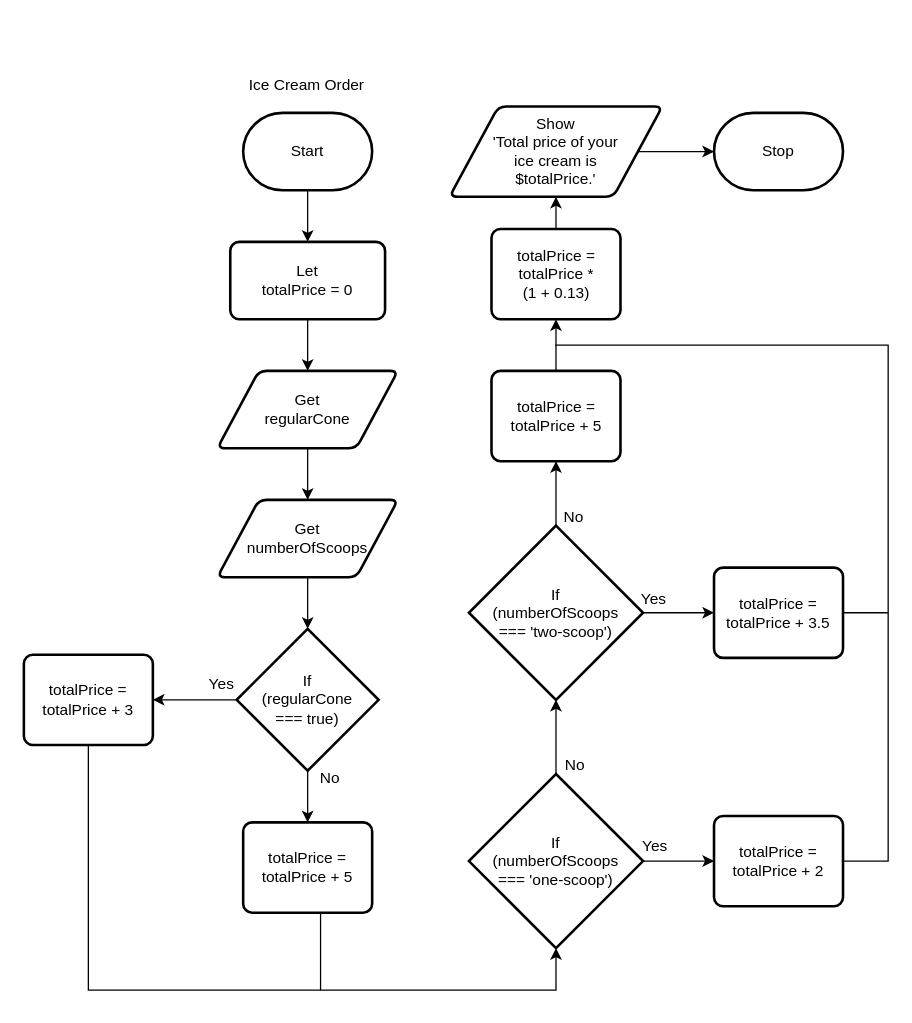
This is design/flowchart.drawio from MTHS-ICD2O-1-2024/ICD2O-Assignment-04-Ain-Jeong, a draw.io file, before an edit. Source tidied: cells renumbered, new cells numbered last; positions are measured from the earlier drawing's top-left corner, leaving out a move shared by most shapes. Both pictures are drawn from the tidied source at 129%, with x=0, y=0 at pixel (23, 66).
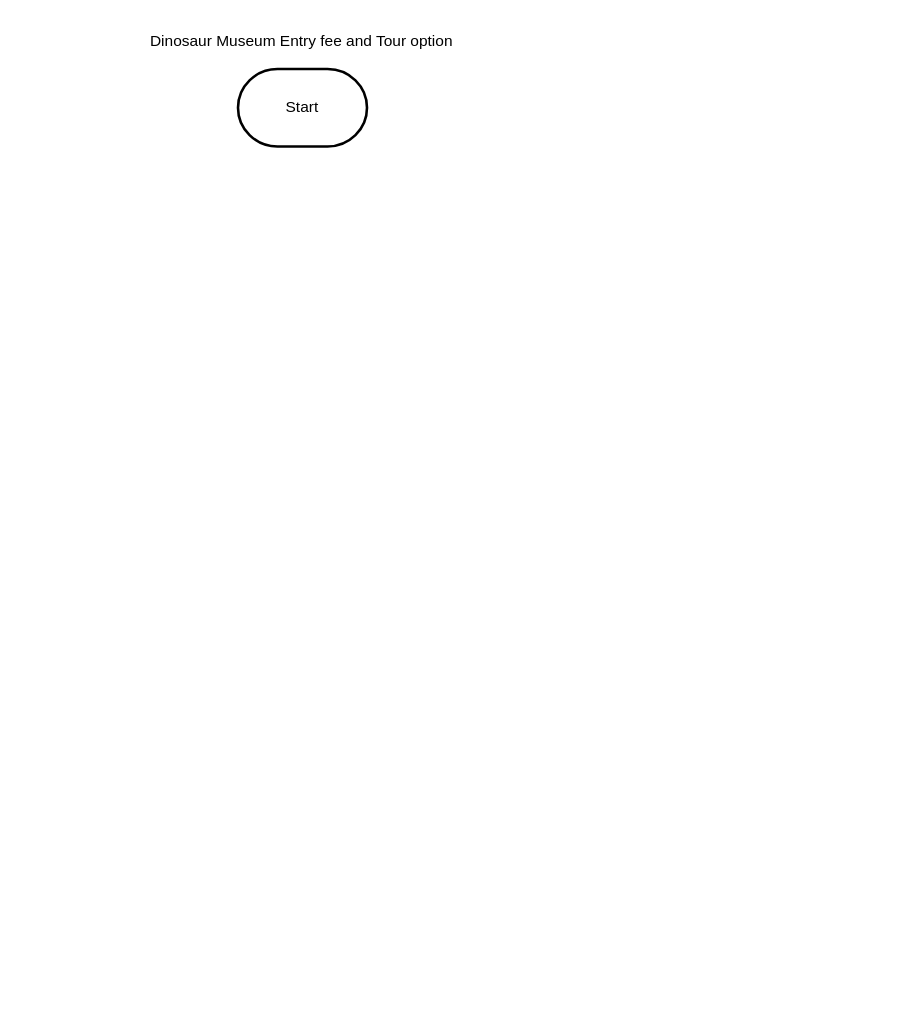
The same page after the edit.

Commit message (it also covers changes not shown here):
doing it all again.....

Diff of the diagram source:
```diff
@@
-    <mxCell id="2" style="edgeStyle=none;html=1;entryX=0.5;entryY=0;entryDx=0;entryDy=0;" parent="1" edge="1" source="3" target="5">
-      <mxGeometry relative="1" as="geometry" />
-    </mxCell>
     <mxCell id="3" value="Start" style="strokeWidth=2;html=1;shape=mxgraph.flowchart.terminator;whiteSpace=wrap;" parent="1" vertex="1">
-      <mxGeometry x="170" y="36" width="100" height="60" as="geometry" />
+      <mxGeometry x="166" y="2" width="100" height="60" as="geometry" />
     </mxCell>
-    <mxCell id="4" style="edgeStyle=none;html=1;entryX=0.5;entryY=0;entryDx=0;entryDy=0;" parent="1" edge="1" source="5" target="7">
-      <mxGeometry relative="1" as="geometry" />
-    </mxCell>
-    <mxCell id="5" value="Let&lt;div&gt;totalPrice = 0&lt;/div&gt;" style="rounded=1;whiteSpace=wrap;html=1;absoluteArcSize=1;arcSize=14;strokeWidth=2;" parent="1" vertex="1">
-      <mxGeometry x="160" y="136" width="120" height="60" as="geometry" />
-    </mxCell>
-    <mxCell id="6" style="edgeStyle=none;html=1;entryX=0.5;entryY=0;entryDx=0;entryDy=0;" parent="1" edge="1" source="7" target="8">
-      <mxGeometry relative="1" as="geometry" />
-    </mxCell>
-    <mxCell id="7" value="Get&lt;div&gt;regularCone&lt;/div&gt;" style="shape=parallelogram;html=1;strokeWidth=2;perimeter=parallelogramPerimeter;whiteSpace=wrap;rounded=1;arcSize=12;size=0.23;" parent="1" vertex="1">
-      <mxGeometry x="150" y="236" width="140" height="60" as="geometry" />
-    </mxCell>
-    <mxCell id="8" value="Get&lt;div&gt;numberOfScoops&lt;/div&gt;" style="shape=parallelogram;html=1;strokeWidth=2;perimeter=parallelogramPerimeter;whiteSpace=wrap;rounded=1;arcSize=12;size=0.23;" parent="1" vertex="1">
-      <mxGeometry x="150" y="336" width="140" height="60" as="geometry" />
-    </mxCell>
-    <mxCell id="9" style="edgeStyle=none;html=1;entryX=1;entryY=0.5;entryDx=0;entryDy=0;" parent="1" edge="1" source="11" target="14">
-      <mxGeometry relative="1" as="geometry" />
+    <mxCell id="9" style="edgeStyle=none;html=1;entryX=1;entryY=0.5;entryDx=0;entryDy=0;" parent="1" edge="1">
+      <mxGeometry relative="1" as="geometry">
+        <mxPoint x="165" y="491" as="sourcePoint" />
+      </mxGeometry>
     </mxCell>
-    <mxCell id="10" style="edgeStyle=none;html=1;entryX=0.5;entryY=0;entryDx=0;entryDy=0;" parent="1" edge="1" source="11" target="12">
-      <mxGeometry relative="1" as="geometry" />
-    </mxCell>
-    <mxCell id="11" value="If&lt;div&gt;(regularCone&lt;/div&gt;&lt;div&gt;=== true)&lt;/div&gt;" style="strokeWidth=2;html=1;shape=mxgraph.flowchart.decision;whiteSpace=wrap;" parent="1" vertex="1">
-      <mxGeometry x="165" y="436" width="110" height="110" as="geometry" />
-    </mxCell>
-    <mxCell id="12" value="totalPrice = totalPrice + 5" style="rounded=1;whiteSpace=wrap;html=1;absoluteArcSize=1;arcSize=14;strokeWidth=2;" parent="1" vertex="1">
-      <mxGeometry x="170" y="586" width="100" height="70" as="geometry" />
-    </mxCell>
-    <mxCell id="13" style="edgeStyle=orthogonalEdgeStyle;html=1;rounded=0;endArrow=none;endFill=0;" parent="1" edge="1" source="14">
-      <mxGeometry relative="1" as="geometry">
-        <mxPoint x="230" y="716" as="targetPoint" />
-        <Array as="points">
-          <mxPoint x="50" y="716" />
-        </Array>
-      </mxGeometry>
-    </mxCell>
-    <mxCell id="14" value="totalPrice = totalPrice + 3" style="rounded=1;whiteSpace=wrap;html=1;absoluteArcSize=1;arcSize=14;strokeWidth=2;" parent="1" vertex="1">
-      <mxGeometry y="456" width="100" height="70" as="geometry" />
-    </mxCell>
-    <mxCell id="15" style="edgeStyle=none;html=1;entryX=0;entryY=0.5;entryDx=0;entryDy=0;" parent="1" edge="1" source="16" target="18">
-      <mxGeometry relative="1" as="geometry" />
-    </mxCell>
-    <mxCell id="16" value="If&lt;div&gt;(numberOfScoops&lt;/div&gt;&lt;div&gt;=== 'one-scoop')&lt;/div&gt;" style="strokeWidth=2;html=1;shape=mxgraph.flowchart.decision;whiteSpace=wrap;" parent="1" vertex="1">
-      <mxGeometry x="345" y="548.5" width="135" height="135" as="geometry" />
-    </mxCell>
-    <mxCell id="17" style="edgeStyle=orthogonalEdgeStyle;html=1;endArrow=none;endFill=0;rounded=0;curved=0;exitX=1;exitY=0.5;exitDx=0;exitDy=0;" parent="1" edge="1" source="18">
-      <mxGeometry relative="1" as="geometry">
-        <mxPoint x="412" y="216" as="targetPoint" />
-        <Array as="points">
-          <mxPoint x="670" y="616" />
-          <mxPoint x="670" y="216" />
-        </Array>
-      </mxGeometry>
-    </mxCell>
-    <mxCell id="18" value="totalPrice = totalPrice + 2" style="rounded=1;whiteSpace=wrap;html=1;absoluteArcSize=1;arcSize=14;strokeWidth=2;" parent="1" vertex="1">
-      <mxGeometry x="535" y="581" width="100" height="70" as="geometry" />
-    </mxCell>
-    <mxCell id="19" style="edgeStyle=none;html=1;entryX=0.5;entryY=1;entryDx=0;entryDy=0;" parent="1" edge="1" source="21" target="25">
-      <mxGeometry relative="1" as="geometry" />
-    </mxCell>
-    <mxCell id="20" style="edgeStyle=none;html=1;entryX=0;entryY=0.5;entryDx=0;entryDy=0;" parent="1" edge="1" source="21" target="23">
-      <mxGeometry relative="1" as="geometry" />
-    </mxCell>
-    <mxCell id="21" value="If&lt;div&gt;(numberOfScoops&lt;/div&gt;&lt;div&gt;=== 'two-scoop')&lt;/div&gt;" style="strokeWidth=2;html=1;shape=mxgraph.flowchart.decision;whiteSpace=wrap;" parent="1" vertex="1">
-      <mxGeometry x="345" y="356" width="135" height="135" as="geometry" />
-    </mxCell>
-    <mxCell id="22" style="edgeStyle=none;html=1;endArrow=none;endFill=0;" parent="1" edge="1" source="23">
-      <mxGeometry relative="1" as="geometry">
-        <mxPoint x="670" y="423.5" as="targetPoint" />
-      </mxGeometry>
-    </mxCell>
-    <mxCell id="23" value="totalPrice = totalPrice + 3.5" style="rounded=1;whiteSpace=wrap;html=1;absoluteArcSize=1;arcSize=14;strokeWidth=2;" parent="1" vertex="1">
-      <mxGeometry x="535" y="388.5" width="100" height="70" as="geometry" />
-    </mxCell>
-    <mxCell id="24" style="edgeStyle=none;html=1;entryX=0.5;entryY=1;entryDx=0;entryDy=0;" parent="1" edge="1" source="25" target="27">
-      <mxGeometry relative="1" as="geometry" />
+    <mxCell id="24" style="edgeStyle=none;html=1;entryX=0.5;entryY=1;entryDx=0;entryDy=0;" parent="1" edge="1">
+      <mxGeometry relative="1" as="geometry">
+        <mxPoint x="412.5" y="196" as="targetPoint" />
+      </mxGeometry>
     </mxCell>
-    <mxCell id="25" value="totalPrice = totalPrice + 5" style="rounded=1;whiteSpace=wrap;html=1;absoluteArcSize=1;arcSize=14;strokeWidth=2;" parent="1" vertex="1">
-      <mxGeometry x="362.5" y="236" width="100" height="70" as="geometry" />
-    </mxCell>
-    <mxCell id="26" style="edgeStyle=none;html=1;entryX=0.5;entryY=1;entryDx=0;entryDy=0;" parent="1" edge="1" source="27" target="28">
-      <mxGeometry relative="1" as="geometry" />
+    <mxCell id="26" style="edgeStyle=none;html=1;entryX=0.5;entryY=1;entryDx=0;entryDy=0;" parent="1" edge="1">
+      <mxGeometry relative="1" as="geometry">
+        <mxPoint x="412.5" y="126" as="sourcePoint" />
+      </mxGeometry>
     </mxCell>
-    <mxCell id="27" value="totalPrice = totalPrice *&lt;div&gt;(1 + 0.13)&lt;/div&gt;" style="rounded=1;whiteSpace=wrap;html=1;absoluteArcSize=1;arcSize=14;strokeWidth=2;" parent="1" vertex="1">
-      <mxGeometry x="362.5" y="126" width="100" height="70" as="geometry" />
-    </mxCell>
-    <mxCell id="28" value="Show&lt;div&gt;'Total price of your&lt;/div&gt;&lt;div&gt;ice cream is&lt;/div&gt;&lt;div&gt;$totalPrice.'&lt;/div&gt;" style="shape=parallelogram;html=1;strokeWidth=2;perimeter=parallelogramPerimeter;whiteSpace=wrap;rounded=1;arcSize=12;size=0.23;" parent="1" vertex="1">
-      <mxGeometry x="330" y="31" width="165" height="70" as="geometry" />
-    </mxCell>
-    <mxCell id="29" value="Stop" style="strokeWidth=2;html=1;shape=mxgraph.flowchart.terminator;whiteSpace=wrap;" parent="1" vertex="1">
-      <mxGeometry x="535" y="36" width="100" height="60" as="geometry" />
-    </mxCell>
-    <mxCell id="30" style="edgeStyle=none;html=1;entryX=0.5;entryY=0;entryDx=0;entryDy=0;entryPerimeter=0;" parent="1" edge="1" source="8" target="11">
-      <mxGeometry relative="1" as="geometry" />
-    </mxCell>
-    <mxCell id="31" style="edgeStyle=orthogonalEdgeStyle;html=1;entryX=0.5;entryY=1;entryDx=0;entryDy=0;entryPerimeter=0;rounded=0;curved=0;" parent="1" edge="1" source="12" target="16">
-      <mxGeometry relative="1" as="geometry">
-        <Array as="points">
-          <mxPoint x="230" y="716" />
-          <mxPoint x="413" y="716" />
-        </Array>
-      </mxGeometry>
-    </mxCell>
-    <mxCell id="32" style="edgeStyle=none;html=1;entryX=0.5;entryY=1;entryDx=0;entryDy=0;entryPerimeter=0;" parent="1" edge="1" source="16" target="21">
-      <mxGeometry relative="1" as="geometry" />
-    </mxCell>
-    <mxCell id="33" style="edgeStyle=none;html=1;entryX=0;entryY=0.5;entryDx=0;entryDy=0;entryPerimeter=0;" parent="1" edge="1" source="28" target="29">
-      <mxGeometry relative="1" as="geometry" />
+    <mxCell id="33" style="edgeStyle=none;html=1;entryX=0;entryY=0.5;entryDx=0;entryDy=0;entryPerimeter=0;" parent="1" edge="1">
+      <mxGeometry relative="1" as="geometry">
+        <mxPoint x="476" y="66" as="sourcePoint" />
+      </mxGeometry>
     </mxCell>
-    <mxCell id="34" value="Yes" style="text;html=1;align=center;verticalAlign=middle;strokeColor=none;fillColor=none;" parent="1" vertex="1">
-      <mxGeometry x="133" y="464" width="40" height="30" as="geometry" />
-    </mxCell>
-    <mxCell id="35" value="No" style="text;html=1;align=center;verticalAlign=middle;strokeColor=none;fillColor=none;" parent="1" vertex="1">
-      <mxGeometry x="217" y="537" width="40" height="30" as="geometry" />
-    </mxCell>
-    <mxCell id="36" value="No" style="text;html=1;align=center;verticalAlign=middle;strokeColor=none;fillColor=none;" parent="1" vertex="1">
-      <mxGeometry x="407" y="527" width="40" height="30" as="geometry" />
-    </mxCell>
-    <mxCell id="37" value="No" style="text;html=1;align=center;verticalAlign=middle;strokeColor=none;fillColor=none;" parent="1" vertex="1">
-      <mxGeometry x="406" y="335" width="40" height="30" as="geometry" />
-    </mxCell>
-    <mxCell id="38" value="Yes" style="text;html=1;align=center;verticalAlign=middle;strokeColor=none;fillColor=none;" parent="1" vertex="1">
-      <mxGeometry x="467.5" y="398" width="40" height="30" as="geometry" />
-    </mxCell>
-    <mxCell id="39" value="Yes" style="text;html=1;align=center;verticalAlign=middle;strokeColor=none;fillColor=none;" parent="1" vertex="1">
-      <mxGeometry x="468.5" y="590" width="40" height="30" as="geometry" />
-    </mxCell>
-    <mxCell id="40" value="Ice Cream Order" style="text;html=1;align=center;verticalAlign=middle;strokeColor=none;fillColor=none;" parent="1" vertex="1">
-      <mxGeometry x="164" width="110" height="30" as="geometry" />
+    <mxCell id="40" value="Dinosaur Museum Entry fee and Tour option" style="text;html=1;align=center;verticalAlign=middle;strokeColor=none;fillColor=none;" parent="1" vertex="1">
+      <mxGeometry x="85" y="-34" width="260" height="30" as="geometry" />
     </mxCell>
```
